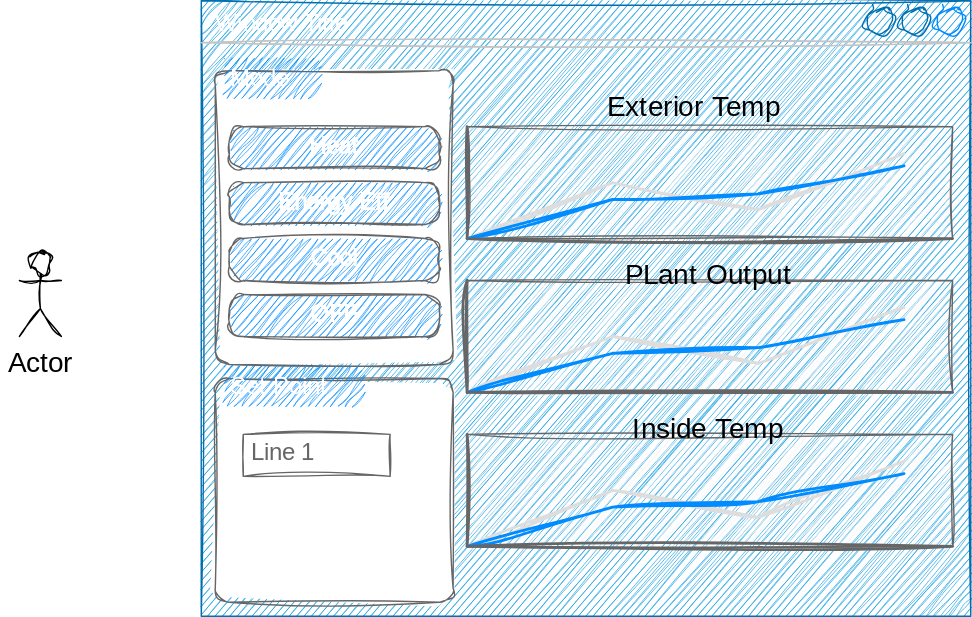
This is doc/ux.drawio.svg from loumcnamee/state_controller, a draw.io export, as it was before one commit. Source tidied: cells renumbered, new cells last; positions are measured from the earlier drawing's top-left corner, leaving out a move shared by most shapes.
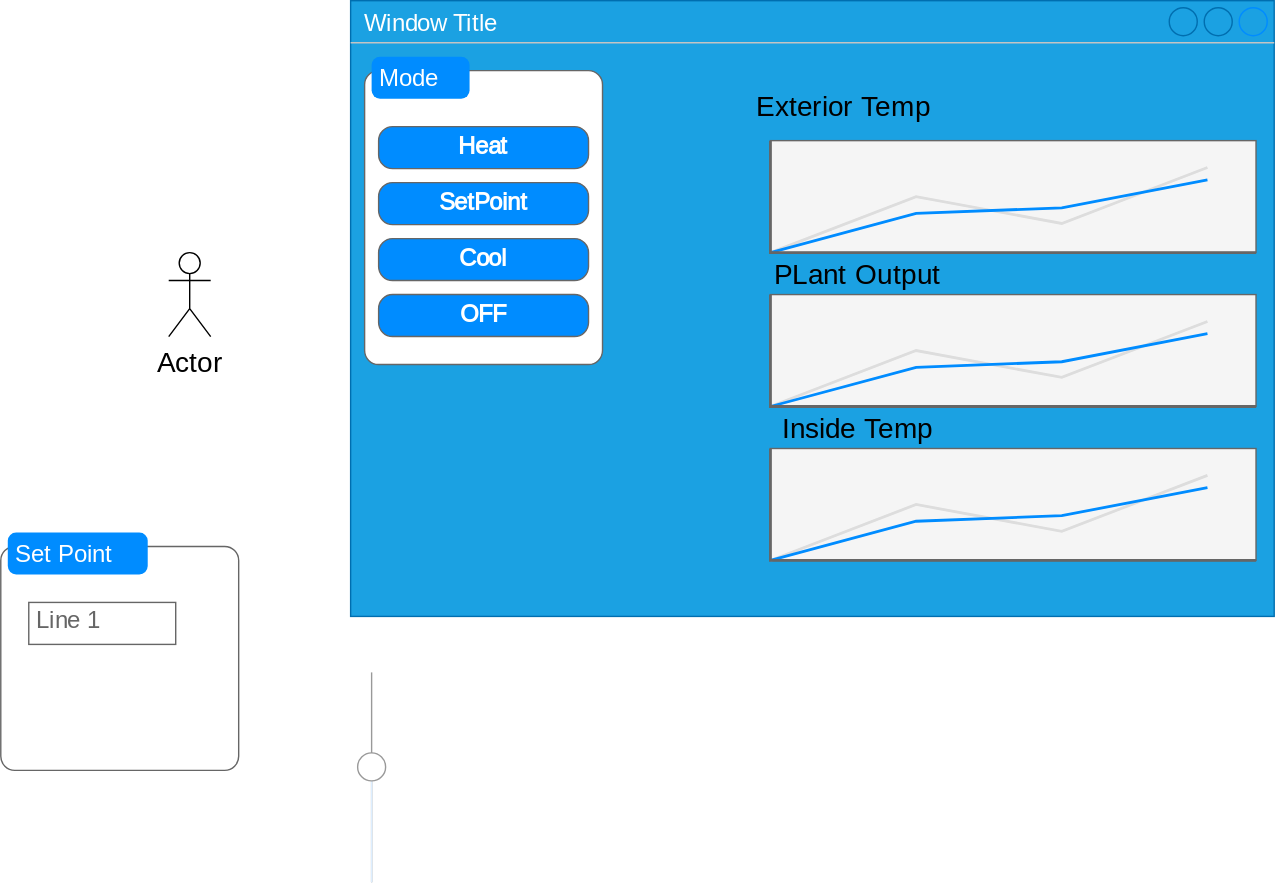
The same file after the commit.

Diff of the diagram source:
```diff
@@ -2,56 +2,59 @@
   <root>
     <mxCell id="0" />
     <mxCell id="1" parent="0" />
-    <mxCell id="2" value="Actor" style="shape=umlActor;verticalLabelPosition=bottom;verticalAlign=top;html=1;sketch=1;hachureGap=4;jiggle=2;curveFitting=1;fontFamily=Architects Daughter;fontSource=https%3A%2F%2Ffonts.googleapis.com%2Fcss%3Ffamily%3DArchitects%2BDaughter;fontSize=20;" parent="1" vertex="1">
+    <mxCell id="2" value="Actor" style="shape=umlActor;verticalLabelPosition=bottom;verticalAlign=top;html=1;hachureGap=4;fontFamily=Architects Daughter;fontSource=https%3A%2F%2Ffonts.googleapis.com%2Fcss%3Ffamily%3DArchitects%2BDaughter;fontSize=20;" parent="1" vertex="1">
       <mxGeometry y="180" width="30" height="60" as="geometry" />
     </mxCell>
-    <mxCell id="3" value="Window Title" style="strokeWidth=1;shadow=0;dashed=0;align=center;html=1;shape=mxgraph.mockup.containers.window;align=left;verticalAlign=top;spacingLeft=8;strokeColor2=#008cff;strokeColor3=#c4c4c4;fontColor=#ffffff;mainText=;fontSize=17;labelBackgroundColor=none;sketch=1;hachureGap=4;jiggle=2;curveFitting=1;fontFamily=Architects Daughter;fontSource=https%3A%2F%2Ffonts.googleapis.com%2Fcss%3Ffamily%3DArchitects%2BDaughter;fillColor=#1ba1e2;strokeColor=#006EAF;" parent="1" vertex="1">
-      <mxGeometry x="130" width="550" height="440" as="geometry" />
+    <mxCell id="3" value="Window Title" style="strokeWidth=1;shadow=0;dashed=0;align=center;html=1;shape=mxgraph.mockup.containers.window;align=left;verticalAlign=top;spacingLeft=8;strokeColor2=#008cff;strokeColor3=#c4c4c4;fontColor=#ffffff;mainText=;fontSize=17;labelBackgroundColor=none;hachureGap=4;fontFamily=Architects Daughter;fontSource=https%3A%2F%2Ffonts.googleapis.com%2Fcss%3Ffamily%3DArchitects%2BDaughter;fillColor=#1ba1e2;strokeColor=#006EAF;" parent="1" vertex="1">
+      <mxGeometry x="130" width="660" height="440" as="geometry" />
     </mxCell>
-    <mxCell id="4" style="verticalLabelPosition=bottom;shadow=0;dashed=0;align=center;html=1;verticalAlign=top;strokeWidth=1;shape=mxgraph.mockup.graphics.lineChart;strokeColor=#666666;strokeColor2=#666666;strokeColor3=#008cff;strokeColor4=#dddddd;sketch=1;hachureGap=4;jiggle=2;curveFitting=1;fontFamily=Architects Daughter;fontSource=https%3A%2F%2Ffonts.googleapis.com%2Fcss%3Ffamily%3DArchitects%2BDaughter;fontSize=20;fillColor=#f5f5f5;fontColor=#333333;" parent="1" vertex="1">
-      <mxGeometry x="320" y="90" width="347" height="80" as="geometry" />
+    <mxCell id="4" style="verticalLabelPosition=bottom;shadow=0;dashed=0;align=center;html=1;verticalAlign=top;strokeWidth=1;shape=mxgraph.mockup.graphics.lineChart;strokeColor=#666666;strokeColor2=#666666;strokeColor3=#008cff;strokeColor4=#dddddd;hachureGap=4;fontFamily=Architects Daughter;fontSource=https%3A%2F%2Ffonts.googleapis.com%2Fcss%3Ffamily%3DArchitects%2BDaughter;fontSize=20;fillColor=#f5f5f5;fontColor=#333333;" parent="1" vertex="1">
+      <mxGeometry x="430" y="100" width="347" height="80" as="geometry" />
     </mxCell>
-    <mxCell id="5" style="verticalLabelPosition=bottom;shadow=0;dashed=0;align=center;html=1;verticalAlign=top;strokeWidth=1;shape=mxgraph.mockup.graphics.lineChart;strokeColor=#666666;strokeColor2=#666666;strokeColor3=#008cff;strokeColor4=#dddddd;sketch=1;hachureGap=4;jiggle=2;curveFitting=1;fontFamily=Architects Daughter;fontSource=https%3A%2F%2Ffonts.googleapis.com%2Fcss%3Ffamily%3DArchitects%2BDaughter;fontSize=20;fillColor=#f5f5f5;fontColor=#333333;" parent="1" vertex="1">
-      <mxGeometry x="320" y="200" width="347" height="80" as="geometry" />
+    <mxCell id="5" style="verticalLabelPosition=bottom;shadow=0;dashed=0;align=center;html=1;verticalAlign=top;strokeWidth=1;shape=mxgraph.mockup.graphics.lineChart;strokeColor=#666666;strokeColor2=#666666;strokeColor3=#008cff;strokeColor4=#dddddd;hachureGap=4;fontFamily=Architects Daughter;fontSource=https%3A%2F%2Ffonts.googleapis.com%2Fcss%3Ffamily%3DArchitects%2BDaughter;fontSize=20;fillColor=#f5f5f5;fontColor=#333333;" parent="1" vertex="1">
+      <mxGeometry x="430" y="210" width="347" height="80" as="geometry" />
     </mxCell>
-    <mxCell id="6" style="verticalLabelPosition=bottom;shadow=0;dashed=0;align=center;html=1;verticalAlign=top;strokeWidth=1;shape=mxgraph.mockup.graphics.lineChart;strokeColor=#666666;strokeColor2=#666666;strokeColor3=#008cff;strokeColor4=#dddddd;sketch=1;hachureGap=4;jiggle=2;curveFitting=1;fontFamily=Architects Daughter;fontSource=https%3A%2F%2Ffonts.googleapis.com%2Fcss%3Ffamily%3DArchitects%2BDaughter;fontSize=20;fillColor=#f5f5f5;fontColor=#333333;" parent="1" vertex="1">
-      <mxGeometry x="320" y="310" width="347" height="80" as="geometry" />
+    <mxCell id="6" style="verticalLabelPosition=bottom;shadow=0;dashed=0;align=center;html=1;verticalAlign=top;strokeWidth=1;shape=mxgraph.mockup.graphics.lineChart;strokeColor=#666666;strokeColor2=#666666;strokeColor3=#008cff;strokeColor4=#dddddd;hachureGap=4;fontFamily=Architects Daughter;fontSource=https%3A%2F%2Ffonts.googleapis.com%2Fcss%3Ffamily%3DArchitects%2BDaughter;fontSize=20;fillColor=#f5f5f5;fontColor=#333333;" parent="1" vertex="1">
+      <mxGeometry x="430" y="320" width="347" height="80" as="geometry" />
     </mxCell>
-    <mxCell id="7" value="Exterior Temp" style="text;html=1;strokeColor=none;fillColor=none;align=center;verticalAlign=middle;whiteSpace=wrap;rounded=0;sketch=1;hachureGap=4;jiggle=2;curveFitting=1;fontFamily=Architects Daughter;fontSource=https%3A%2F%2Ffonts.googleapis.com%2Fcss%3Ffamily%3DArchitects%2BDaughter;fontSize=20;" parent="1" vertex="1">
+    <mxCell id="7" value="Exterior Temp" style="text;html=1;strokeColor=none;fillColor=none;align=center;verticalAlign=middle;whiteSpace=wrap;rounded=0;hachureGap=4;fontFamily=Architects Daughter;fontSource=https%3A%2F%2Ffonts.googleapis.com%2Fcss%3Ffamily%3DArchitects%2BDaughter;fontSize=20;" parent="1" vertex="1">
       <mxGeometry x="384.5" y="60" width="195" height="30" as="geometry" />
     </mxCell>
-    <mxCell id="8" value="PLant Output" style="text;html=1;strokeColor=none;fillColor=none;align=center;verticalAlign=middle;whiteSpace=wrap;rounded=0;sketch=1;hachureGap=4;jiggle=2;curveFitting=1;fontFamily=Architects Daughter;fontSource=https%3A%2F%2Ffonts.googleapis.com%2Fcss%3Ffamily%3DArchitects%2BDaughter;fontSize=20;" parent="1" vertex="1">
+    <mxCell id="8" value="PLant Output" style="text;html=1;strokeColor=none;fillColor=none;align=center;verticalAlign=middle;whiteSpace=wrap;rounded=0;hachureGap=4;fontFamily=Architects Daughter;fontSource=https%3A%2F%2Ffonts.googleapis.com%2Fcss%3Ffamily%3DArchitects%2BDaughter;fontSize=20;" parent="1" vertex="1">
       <mxGeometry x="394.5" y="180" width="195" height="30" as="geometry" />
     </mxCell>
-    <mxCell id="9" value="Inside Temp" style="text;html=1;strokeColor=none;fillColor=none;align=center;verticalAlign=middle;whiteSpace=wrap;rounded=0;sketch=1;hachureGap=4;jiggle=2;curveFitting=1;fontFamily=Architects Daughter;fontSource=https%3A%2F%2Ffonts.googleapis.com%2Fcss%3Ffamily%3DArchitects%2BDaughter;fontSize=20;" parent="1" vertex="1">
+    <mxCell id="9" value="Inside Temp" style="text;html=1;strokeColor=none;fillColor=none;align=center;verticalAlign=middle;whiteSpace=wrap;rounded=0;hachureGap=4;fontFamily=Architects Daughter;fontSource=https%3A%2F%2Ffonts.googleapis.com%2Fcss%3Ffamily%3DArchitects%2BDaughter;fontSize=20;" parent="1" vertex="1">
       <mxGeometry x="394.5" y="290" width="195" height="30" as="geometry" />
     </mxCell>
-    <mxCell id="10" style="shape=mxgraph.mockup.containers.marginRect;rectMarginTop=10;strokeColor=#666666;strokeWidth=1;dashed=0;rounded=1;arcSize=5;sketch=1;hachureGap=4;jiggle=2;curveFitting=1;fontFamily=Architects Daughter;fontSource=https%3A%2F%2Ffonts.googleapis.com%2Fcss%3Ffamily%3DArchitects%2BDaughter;fontSize=20;" parent="1" vertex="1">
+    <mxCell id="10" style="shape=mxgraph.mockup.containers.marginRect;rectMarginTop=10;strokeColor=#666666;strokeWidth=1;dashed=0;rounded=1;arcSize=5;hachureGap=4;fontFamily=Architects Daughter;fontSource=https%3A%2F%2Ffonts.googleapis.com%2Fcss%3Ffamily%3DArchitects%2BDaughter;fontSize=20;" parent="1" vertex="1">
       <mxGeometry x="140" y="40" width="170" height="220" as="geometry" />
     </mxCell>
-    <mxCell id="11" value="Mode" style="shape=rect;strokeColor=none;fillColor=#008cff;strokeWidth=1;dashed=0;rounded=1;arcSize=20;fontColor=#ffffff;fontSize=17;spacing=2;spacingTop=-2;align=left;spacingLeft=4;perimeter=none;sketch=1;hachureGap=4;jiggle=2;curveFitting=1;fontFamily=Architects Daughter;fontSource=https%3A%2F%2Ffonts.googleapis.com%2Fcss%3Ffamily%3DArchitects%2BDaughter;" parent="10" vertex="1">
+    <mxCell id="11" value="Mode" style="shape=rect;strokeColor=none;fillColor=#008cff;strokeWidth=1;dashed=0;rounded=1;arcSize=20;fontColor=#ffffff;fontSize=17;spacing=2;spacingTop=-2;align=left;spacingLeft=4;perimeter=none;hachureGap=4;fontFamily=Architects Daughter;fontSource=https%3A%2F%2Ffonts.googleapis.com%2Fcss%3Ffamily%3DArchitects%2BDaughter;" parent="10" vertex="1">
       <mxGeometry x="5" width="70" height="30" as="geometry" />
     </mxCell>
-    <mxCell id="12" value="Heat" style="strokeWidth=1;shadow=0;dashed=0;align=center;html=1;shape=mxgraph.mockup.buttons.button;strokeColor=#666666;fontColor=#ffffff;mainText=;buttonStyle=round;fontSize=17;fontStyle=1;fillColor=#008cff;whiteSpace=wrap;sketch=1;hachureGap=4;jiggle=2;curveFitting=1;fontFamily=Architects Daughter;fontSource=https%3A%2F%2Ffonts.googleapis.com%2Fcss%3Ffamily%3DArchitects%2BDaughter;" parent="10" vertex="1">
+    <mxCell id="12" value="Heat" style="strokeWidth=1;shadow=0;dashed=0;align=center;html=1;shape=mxgraph.mockup.buttons.button;strokeColor=#666666;fontColor=#ffffff;mainText=;buttonStyle=round;fontSize=17;fontStyle=1;fillColor=#008cff;whiteSpace=wrap;hachureGap=4;fontFamily=Architects Daughter;fontSource=https%3A%2F%2Ffonts.googleapis.com%2Fcss%3Ffamily%3DArchitects%2BDaughter;" parent="10" vertex="1">
       <mxGeometry x="10" y="50" width="150" height="30" as="geometry" />
     </mxCell>
-    <mxCell id="13" value="Cool" style="strokeWidth=1;shadow=0;dashed=0;align=center;html=1;shape=mxgraph.mockup.buttons.button;strokeColor=#666666;fontColor=#ffffff;mainText=;buttonStyle=round;fontSize=17;fontStyle=1;fillColor=#008cff;whiteSpace=wrap;sketch=1;hachureGap=4;jiggle=2;curveFitting=1;fontFamily=Architects Daughter;fontSource=https%3A%2F%2Ffonts.googleapis.com%2Fcss%3Ffamily%3DArchitects%2BDaughter;" parent="10" vertex="1">
+    <mxCell id="13" value="Cool" style="strokeWidth=1;shadow=0;dashed=0;align=center;html=1;shape=mxgraph.mockup.buttons.button;strokeColor=#666666;fontColor=#ffffff;mainText=;buttonStyle=round;fontSize=17;fontStyle=1;fillColor=#008cff;whiteSpace=wrap;hachureGap=4;fontFamily=Architects Daughter;fontSource=https%3A%2F%2Ffonts.googleapis.com%2Fcss%3Ffamily%3DArchitects%2BDaughter;" parent="10" vertex="1">
       <mxGeometry x="10" y="130" width="150" height="30" as="geometry" />
     </mxCell>
-    <mxCell id="14" value="OFF" style="strokeWidth=1;shadow=0;dashed=0;align=center;html=1;shape=mxgraph.mockup.buttons.button;strokeColor=#666666;fontColor=#ffffff;mainText=;buttonStyle=round;fontSize=17;fontStyle=1;fillColor=#008cff;whiteSpace=wrap;sketch=1;hachureGap=4;jiggle=2;curveFitting=1;fontFamily=Architects Daughter;fontSource=https%3A%2F%2Ffonts.googleapis.com%2Fcss%3Ffamily%3DArchitects%2BDaughter;" parent="10" vertex="1">
+    <mxCell id="14" value="OFF" style="strokeWidth=1;shadow=0;dashed=0;align=center;html=1;shape=mxgraph.mockup.buttons.button;strokeColor=#666666;fontColor=#ffffff;mainText=;buttonStyle=round;fontSize=17;fontStyle=1;fillColor=#008cff;whiteSpace=wrap;hachureGap=4;fontFamily=Architects Daughter;fontSource=https%3A%2F%2Ffonts.googleapis.com%2Fcss%3Ffamily%3DArchitects%2BDaughter;" parent="10" vertex="1">
       <mxGeometry x="10" y="170" width="150" height="30" as="geometry" />
     </mxCell>
-    <mxCell id="15" value="Energy Eff" style="strokeWidth=1;shadow=0;dashed=0;align=center;html=1;shape=mxgraph.mockup.buttons.button;strokeColor=#666666;fontColor=#ffffff;mainText=;buttonStyle=round;fontSize=17;fontStyle=1;fillColor=#008cff;whiteSpace=wrap;sketch=1;hachureGap=4;jiggle=2;curveFitting=1;fontFamily=Architects Daughter;fontSource=https%3A%2F%2Ffonts.googleapis.com%2Fcss%3Ffamily%3DArchitects%2BDaughter;" parent="10" vertex="1">
+    <mxCell id="15" value="SetPoint" style="strokeWidth=1;shadow=0;dashed=0;align=center;html=1;shape=mxgraph.mockup.buttons.button;strokeColor=#666666;fontColor=#ffffff;mainText=;buttonStyle=round;fontSize=17;fontStyle=1;fillColor=#008cff;whiteSpace=wrap;hachureGap=4;fontFamily=Architects Daughter;fontSource=https%3A%2F%2Ffonts.googleapis.com%2Fcss%3Ffamily%3DArchitects%2BDaughter;" parent="10" vertex="1">
       <mxGeometry x="10" y="90" width="150" height="30" as="geometry" />
     </mxCell>
-    <mxCell id="16" style="shape=mxgraph.mockup.containers.marginRect;rectMarginTop=10;strokeColor=#666666;strokeWidth=1;dashed=0;rounded=1;arcSize=5;sketch=1;hachureGap=4;jiggle=2;curveFitting=1;fontFamily=Architects Daughter;fontSource=https%3A%2F%2Ffonts.googleapis.com%2Fcss%3Ffamily%3DArchitects%2BDaughter;fontSize=20;" parent="1" vertex="1">
-      <mxGeometry x="140" y="260" width="170" height="170" as="geometry" />
+    <mxCell id="16" style="shape=mxgraph.mockup.containers.marginRect;rectMarginTop=10;strokeColor=#666666;strokeWidth=1;dashed=0;rounded=1;arcSize=5;hachureGap=4;fontFamily=Architects Daughter;fontSource=https%3A%2F%2Ffonts.googleapis.com%2Fcss%3Ffamily%3DArchitects%2BDaughter;fontSize=20;" parent="1" vertex="1">
+      <mxGeometry x="-120" y="380" width="170" height="170" as="geometry" />
     </mxCell>
-    <mxCell id="17" value="Set Point" style="shape=rect;strokeColor=none;fillColor=#008cff;strokeWidth=1;dashed=0;rounded=1;arcSize=20;fontColor=#ffffff;fontSize=17;spacing=2;spacingTop=-2;align=left;spacingLeft=4;perimeter=none;sketch=1;hachureGap=4;jiggle=2;curveFitting=1;fontFamily=Architects Daughter;fontSource=https%3A%2F%2Ffonts.googleapis.com%2Fcss%3Ffamily%3DArchitects%2BDaughter;" parent="16" vertex="1">
+    <mxCell id="17" value="Set Point" style="shape=rect;strokeColor=none;fillColor=#008cff;strokeWidth=1;dashed=0;rounded=1;arcSize=20;fontColor=#ffffff;fontSize=17;spacing=2;spacingTop=-2;align=left;spacingLeft=4;perimeter=none;hachureGap=4;fontFamily=Architects Daughter;fontSource=https%3A%2F%2Ffonts.googleapis.com%2Fcss%3Ffamily%3DArchitects%2BDaughter;" parent="16" vertex="1">
       <mxGeometry x="5" width="100" height="30" as="geometry" />
     </mxCell>
-    <mxCell id="18" value="Line 1" style="strokeWidth=1;shadow=0;dashed=0;align=center;html=1;shape=mxgraph.mockup.text.textBox;fontColor=#666666;align=left;fontSize=17;spacingLeft=4;spacingTop=-3;strokeColor=#666666;mainText=;sketch=1;hachureGap=4;jiggle=2;curveFitting=1;fontFamily=Architects Daughter;fontSource=https%3A%2F%2Ffonts.googleapis.com%2Fcss%3Ffamily%3DArchitects%2BDaughter;" parent="16" vertex="1">
+    <mxCell id="18" value="Line 1" style="strokeWidth=1;shadow=0;dashed=0;align=center;html=1;shape=mxgraph.mockup.text.textBox;fontColor=#666666;align=left;fontSize=17;spacingLeft=4;spacingTop=-3;strokeColor=#666666;mainText=;hachureGap=4;fontFamily=Architects Daughter;fontSource=https%3A%2F%2Ffonts.googleapis.com%2Fcss%3Ffamily%3DArchitects%2BDaughter;" parent="16" vertex="1">
       <mxGeometry x="20" y="50" width="105" height="30" as="geometry" />
     </mxCell>
+    <mxCell id="19" style="verticalLabelPosition=bottom;shadow=0;dashed=0;align=center;html=1;verticalAlign=top;strokeWidth=1;shape=mxgraph.mockup.forms.horSlider;strokeColor=#999999;sliderStyle=basic;sliderPos=55.333;handleStyle=circle;fillColor2=#ddeeff;direction=north;" parent="1" vertex="1">
+      <mxGeometry x="130" y="480" width="30" height="150" as="geometry" />
+    </mxCell>
   </root>
 </mxGraphModel>
```
